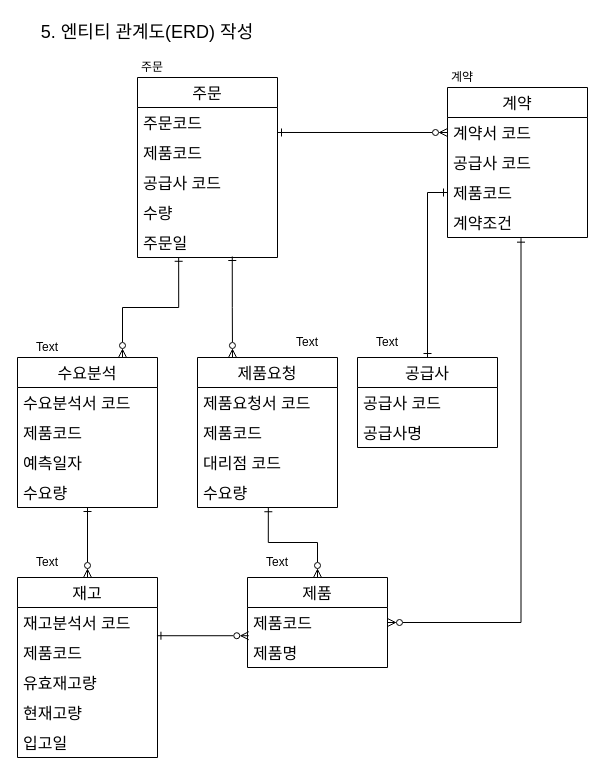
Earlier version of the draw.io diagram page "step5" (5 of 5) of Chapter10.drawio (jgy2808/Algorithm). Source tidied: cells renumbered, new cells numbered last; positions are measured from the earlier drawing's top-left corner, leaving out a move shared by most shapes. Both pictures are drawn from the tidied source at 100%, with x=0, y=0 at pixel (17, 17).
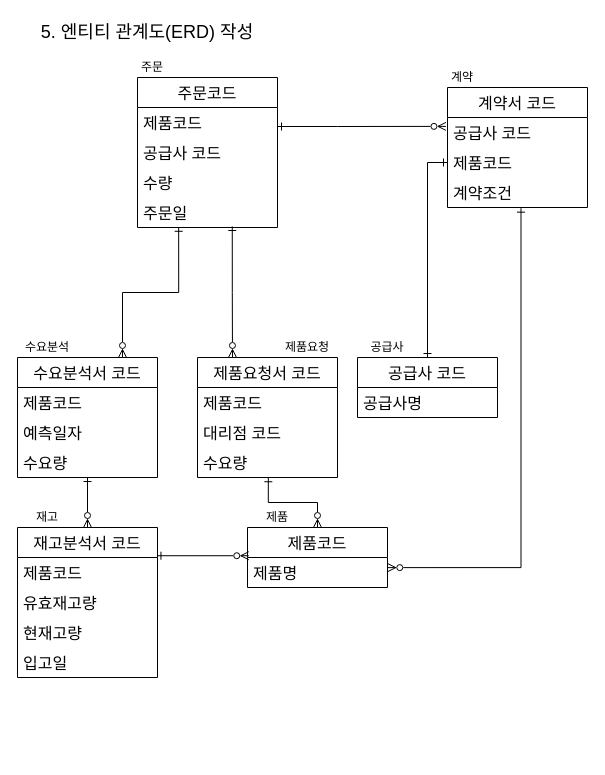
The same page after the edit.

The edit, as a diff of the source:
```diff
@@
-    <mxCell id="3" value="제품" style="swimlane;fontStyle=0;horizontal=1;startSize=30;fontSize=16;" parent="1" vertex="1">
-      <mxGeometry x="230" y="560" width="140" height="90" as="geometry" />
+    <mxCell id="3" value="제품코드" style="swimlane;fontStyle=0;horizontal=1;startSize=30;fontSize=16;" parent="1" vertex="1">
+      <mxGeometry x="230" y="510" width="140" height="60" as="geometry" />
     </mxCell>
-    <mxCell id="4" value="제품코드" style="text;strokeColor=none;fillColor=none;align=left;verticalAlign=middle;spacingLeft=4;spacingRight=4;overflow=hidden;points=[[0,0.5],[1,0.5]];portConstraint=eastwest;fontSize=16;" parent="3" vertex="1">
-      <mxGeometry y="30" width="140" height="30" as="geometry" />
-    </mxCell>
     <mxCell id="5" value="제품명" style="text;strokeColor=none;fillColor=none;align=left;verticalAlign=middle;spacingLeft=4;spacingRight=4;overflow=hidden;points=[[0,0.5],[1,0.5]];portConstraint=eastwest;fontSize=16;" parent="3" vertex="1">
-      <mxGeometry y="60" width="140" height="30" as="geometry" />
+      <mxGeometry y="30" width="140" height="30" as="geometry" />
     </mxCell>
-    <mxCell id="6" value="주문" style="swimlane;fontStyle=0;horizontal=1;startSize=30;fontSize=16;" parent="1" vertex="1">
-      <mxGeometry x="120" y="60" width="140" height="180" as="geometry" />
+    <mxCell id="6" value="주문코드" style="swimlane;fontStyle=0;horizontal=1;startSize=30;fontSize=16;" parent="1" vertex="1">
+      <mxGeometry x="120" y="60" width="140" height="150" as="geometry" />
     </mxCell>
-    <mxCell id="7" value="주문코드" style="text;strokeColor=none;fillColor=none;align=left;verticalAlign=middle;spacingLeft=4;spacingRight=4;overflow=hidden;points=[[0,0.5],[1,0.5]];portConstraint=eastwest;fontSize=16;" parent="6" vertex="1">
-      <mxGeometry y="30" width="140" height="30" as="geometry" />
-    </mxCell>
     <mxCell id="8" value="제품코드" style="text;strokeColor=none;fillColor=none;align=left;verticalAlign=middle;spacingLeft=4;spacingRight=4;overflow=hidden;fontSize=16;" parent="6" vertex="1">
-      <mxGeometry y="60" width="140" height="30" as="geometry" />
+      <mxGeometry y="30" width="140" height="30" as="geometry" />
     </mxCell>
     <mxCell id="9" value="공급사 코드" style="text;strokeColor=none;fillColor=none;align=left;verticalAlign=middle;spacingLeft=4;spacingRight=4;overflow=hidden;fontSize=16;" parent="6" vertex="1">
-      <mxGeometry y="90" width="140" height="30" as="geometry" />
+      <mxGeometry y="60" width="140" height="30" as="geometry" />
     </mxCell>
     <mxCell id="10" value="수량" style="text;strokeColor=none;fillColor=none;align=left;verticalAlign=middle;spacingLeft=4;spacingRight=4;overflow=hidden;fontSize=16;" parent="6" vertex="1">
-      <mxGeometry y="120" width="140" height="30" as="geometry" />
+      <mxGeometry y="90" width="140" height="30" as="geometry" />
     </mxCell>
     <mxCell id="11" value="주문일" style="text;strokeColor=none;fillColor=none;align=left;verticalAlign=middle;spacingLeft=4;spacingRight=4;overflow=hidden;points=[[0,0.5],[1,0.5]];portConstraint=eastwest;fontSize=16;" parent="6" vertex="1">
-      <mxGeometry y="150" width="140" height="30" as="geometry" />
+      <mxGeometry y="120" width="140" height="30" as="geometry" />
     </mxCell>
-    <mxCell id="12" value="계약" style="swimlane;fontStyle=0;horizontal=1;startSize=30;fontSize=16;" parent="1" vertex="1">
-      <mxGeometry x="430" y="70" width="140" height="150" as="geometry" />
+    <mxCell id="12" value="계약서 코드" style="swimlane;fontStyle=0;horizontal=1;startSize=30;fontSize=16;" parent="1" vertex="1">
+      <mxGeometry x="430" y="70" width="140" height="120" as="geometry" />
     </mxCell>
-    <mxCell id="13" value="계약서 코드" style="text;strokeColor=none;fillColor=none;align=left;verticalAlign=middle;spacingLeft=4;spacingRight=4;overflow=hidden;points=[[0,0.5],[1,0.5]];portConstraint=eastwest;fontSize=16;" parent="12" vertex="1">
-      <mxGeometry y="30" width="140" height="30" as="geometry" />
-    </mxCell>
     <mxCell id="14" value="공급사 코드" style="text;strokeColor=none;fillColor=none;align=left;verticalAlign=middle;spacingLeft=4;spacingRight=4;overflow=hidden;points=[[0,0.5],[1,0.5]];portConstraint=eastwest;fontSize=16;" parent="12" vertex="1">
-      <mxGeometry y="60" width="140" height="30" as="geometry" />
+      <mxGeometry y="30" width="140" height="30" as="geometry" />
     </mxCell>
     <mxCell id="15" value="제품코드" style="text;strokeColor=none;fillColor=none;align=left;verticalAlign=middle;spacingLeft=4;spacingRight=4;overflow=hidden;points=[[0,0.5],[1,0.5]];portConstraint=eastwest;fontSize=16;" parent="12" vertex="1">
-      <mxGeometry y="90" width="140" height="30" as="geometry" />
+      <mxGeometry y="60" width="140" height="30" as="geometry" />
     </mxCell>
     <mxCell id="16" value="계약조건" style="text;strokeColor=none;fillColor=none;align=left;verticalAlign=middle;spacingLeft=4;spacingRight=4;overflow=hidden;points=[[0,0.5],[1,0.5]];portConstraint=eastwest;fontSize=16;" parent="12" vertex="1">
-      <mxGeometry y="120" width="140" height="30" as="geometry" />
+      <mxGeometry y="90" width="140" height="30" as="geometry" />
     </mxCell>
-    <mxCell id="17" value="재고" style="swimlane;fontStyle=0;horizontal=1;startSize=30;fontSize=16;" parent="1" vertex="1">
-      <mxGeometry y="560" width="140" height="180" as="geometry" />
+    <mxCell id="17" value="재고분석서 코드" style="swimlane;fontStyle=0;horizontal=1;startSize=30;fontSize=16;" parent="1" vertex="1">
+      <mxGeometry y="510" width="140" height="150" as="geometry" />
     </mxCell>
-    <mxCell id="18" value="재고분석서 코드" style="text;strokeColor=none;fillColor=none;align=left;verticalAlign=middle;spacingLeft=4;spacingRight=4;overflow=hidden;fontSize=16;" parent="17" vertex="1">
-      <mxGeometry y="30" width="140" height="30" as="geometry" />
-    </mxCell>
     <mxCell id="19" value="제품코드" style="text;strokeColor=none;fillColor=none;align=left;verticalAlign=middle;spacingLeft=4;spacingRight=4;overflow=hidden;points=[[0,0.5],[1,0.5]];portConstraint=eastwest;fontSize=16;" parent="17" vertex="1">
-      <mxGeometry y="60" width="140" height="30" as="geometry" />
+      <mxGeometry y="30" width="140" height="30" as="geometry" />
     </mxCell>
     <mxCell id="20" value="유효재고량" style="text;strokeColor=none;fillColor=none;align=left;verticalAlign=middle;spacingLeft=4;spacingRight=4;overflow=hidden;fontSize=16;" parent="17" vertex="1">
-      <mxGeometry y="90" width="140" height="30" as="geometry" />
+      <mxGeometry y="60" width="140" height="30" as="geometry" />
     </mxCell>
     <mxCell id="21" value="현재고량" style="text;strokeColor=none;fillColor=none;align=left;verticalAlign=middle;spacingLeft=4;spacingRight=4;overflow=hidden;fontSize=16;" parent="17" vertex="1">
-      <mxGeometry y="120" width="140" height="30" as="geometry" />
+      <mxGeometry y="90" width="140" height="30" as="geometry" />
     </mxCell>
     <mxCell id="22" value="입고일" style="text;strokeColor=none;fillColor=none;align=left;verticalAlign=middle;spacingLeft=4;spacingRight=4;overflow=hidden;fontSize=16;" parent="17" vertex="1">
-      <mxGeometry y="150" width="140" height="30" as="geometry" />
+      <mxGeometry y="120" width="140" height="30" as="geometry" />
     </mxCell>
-    <mxCell id="23" value="제품요청" style="swimlane;fontStyle=0;horizontal=1;startSize=30;fontSize=16;" parent="1" vertex="1">
-      <mxGeometry x="180" y="340" width="140" height="150" as="geometry" />
+    <mxCell id="23" value="제품요청서 코드" style="swimlane;fontStyle=0;horizontal=1;startSize=30;fontSize=16;" parent="1" vertex="1">
+      <mxGeometry x="180" y="340" width="140" height="120" as="geometry" />
     </mxCell>
-    <mxCell id="24" value="제품요청서 코드" style="text;strokeColor=none;fillColor=none;align=left;verticalAlign=middle;spacingLeft=4;spacingRight=4;overflow=hidden;fontSize=16;" parent="23" vertex="1">
-      <mxGeometry y="30" width="140" height="30" as="geometry" />
-    </mxCell>
     <mxCell id="25" value="제품코드" style="text;strokeColor=none;fillColor=none;align=left;verticalAlign=middle;spacingLeft=4;spacingRight=4;overflow=hidden;fontSize=16;" parent="23" vertex="1">
-      <mxGeometry y="60" width="140" height="30" as="geometry" />
+      <mxGeometry y="30" width="140" height="30" as="geometry" />
     </mxCell>
     <mxCell id="26" value="대리점 코드" style="text;strokeColor=none;fillColor=none;align=left;verticalAlign=middle;spacingLeft=4;spacingRight=4;overflow=hidden;fontSize=16;" parent="23" vertex="1">
-      <mxGeometry y="90" width="140" height="30" as="geometry" />
+      <mxGeometry y="60" width="140" height="30" as="geometry" />
     </mxCell>
     <mxCell id="27" value="수요량" style="text;strokeColor=none;fillColor=none;align=left;verticalAlign=middle;spacingLeft=4;spacingRight=4;overflow=hidden;points=[[0,0.5],[1,0.5]];portConstraint=eastwest;fontSize=16;" parent="23" vertex="1">
-      <mxGeometry y="120" width="140" height="30" as="geometry" />
+      <mxGeometry y="90" width="140" height="30" as="geometry" />
     </mxCell>
-    <mxCell id="28" value="수요분석" style="swimlane;fontStyle=0;horizontal=1;startSize=30;fontSize=16;" parent="1" vertex="1">
-      <mxGeometry y="340" width="140" height="150" as="geometry" />
+    <mxCell id="28" value="수요분석서 코드" style="swimlane;fontStyle=0;horizontal=1;startSize=30;fontSize=16;" parent="1" vertex="1">
+      <mxGeometry y="340" width="140" height="120" as="geometry" />
     </mxCell>
-    <mxCell id="29" value="수요분석서 코드" style="text;strokeColor=none;fillColor=none;align=left;verticalAlign=middle;spacingLeft=4;spacingRight=4;overflow=hidden;fontSize=16;" parent="28" vertex="1">
-      <mxGeometry y="30" width="140" height="30" as="geometry" />
-    </mxCell>
     <mxCell id="30" value="제품코드" style="text;strokeColor=none;fillColor=none;align=left;verticalAlign=middle;spacingLeft=4;spacingRight=4;overflow=hidden;fontSize=16;" parent="28" vertex="1">
-      <mxGeometry y="60" width="140" height="30" as="geometry" />
+      <mxGeometry y="30" width="140" height="30" as="geometry" />
     </mxCell>
     <mxCell id="31" value="예측일자" style="text;strokeColor=none;fillColor=none;align=left;verticalAlign=middle;spacingLeft=4;spacingRight=4;overflow=hidden;fontSize=16;" parent="28" vertex="1">
-      <mxGeometry y="90" width="140" height="30" as="geometry" />
+      <mxGeometry y="60" width="140" height="30" as="geometry" />
     </mxCell>
     <mxCell id="32" value="수요량" style="text;strokeColor=none;fillColor=none;align=left;verticalAlign=middle;spacingLeft=4;spacingRight=4;overflow=hidden;points=[[0,0.5],[1,0.5]];portConstraint=eastwest;fontSize=16;" parent="28" vertex="1">
-      <mxGeometry y="120" width="140" height="30" as="geometry" />
+      <mxGeometry y="90" width="140" height="30" as="geometry" />
     </mxCell>
-    <mxCell id="33" value="공급사" style="swimlane;fontStyle=0;horizontal=1;startSize=30;fontSize=16;" parent="1" vertex="1">
-      <mxGeometry x="340" y="340" width="140" height="90" as="geometry" />
+    <mxCell id="33" value="공급사 코드" style="swimlane;fontStyle=0;horizontal=1;startSize=30;fontSize=16;" parent="1" vertex="1">
+      <mxGeometry x="340" y="340" width="140" height="60" as="geometry" />
     </mxCell>
-    <mxCell id="34" value="공급사 코드" style="text;strokeColor=none;fillColor=none;align=left;verticalAlign=middle;spacingLeft=4;spacingRight=4;overflow=hidden;fontSize=16;" parent="33" vertex="1">
-      <mxGeometry y="30" width="140" height="30" as="geometry" />
-    </mxCell>
     <mxCell id="35" value="공급사명" style="text;strokeColor=none;fillColor=none;align=left;verticalAlign=middle;spacingLeft=4;spacingRight=4;overflow=hidden;fontSize=16;" parent="33" vertex="1">
-      <mxGeometry y="60" width="140" height="30" as="geometry" />
+      <mxGeometry y="30" width="140" height="30" as="geometry" />
     </mxCell>
@@
-    <mxCell id="41" style="edgeStyle=orthogonalEdgeStyle;rounded=0;jettySize=auto;html=1;fontSize=16;startArrow=ERone;startFill=0;endArrow=ERzeroToMany;endFill=0;entryX=0;entryY=0.5;entryDx=0;entryDy=0;exitX=1;exitY=0.833;exitDx=0;exitDy=0;exitPerimeter=0;" parent="1" edge="1" source="7" target="13">
-      <mxGeometry relative="1" as="geometry" />
+    <mxCell id="41" style="edgeStyle=orthogonalEdgeStyle;rounded=0;jettySize=auto;html=1;fontSize=16;startArrow=ERone;startFill=0;endArrow=ERzeroToMany;endFill=0;entryX=-0.011;entryY=0.296;entryDx=0;entryDy=0;entryPerimeter=0;" parent="1" edge="1" target="14">
+      <mxGeometry relative="1" as="geometry">
+        <mxPoint x="260" y="109" as="sourcePoint" />
+        <Array as="points">
+          <mxPoint x="320" y="109" />
+          <mxPoint x="320" y="109" />
+        </Array>
+      </mxGeometry>
     </mxCell>
-    <mxCell id="42" style="edgeStyle=orthogonalEdgeStyle;rounded=0;jettySize=auto;html=1;exitX=0.525;exitY=1.022;exitDx=0;exitDy=0;entryX=1;entryY=0.5;entryDx=0;entryDy=0;fontSize=16;startArrow=ERone;startFill=0;endArrow=ERzeroToMany;endFill=0;exitPerimeter=0;" parent="1" edge="1" source="16" target="4">
+    <mxCell id="42" style="edgeStyle=orthogonalEdgeStyle;rounded=0;jettySize=auto;html=1;exitX=0.525;exitY=1.022;exitDx=0;exitDy=0;entryX=1.002;entryY=0.337;entryDx=0;entryDy=0;fontSize=16;startArrow=ERone;startFill=0;endArrow=ERzeroToMany;endFill=0;exitPerimeter=0;entryPerimeter=0;" parent="1" edge="1" source="16" target="5">
       <mxGeometry relative="1" as="geometry" />
     </mxCell>
@@
-    <mxCell id="46" value="Text" style="text;html=1;strokeColor=none;fillColor=none;align=center;verticalAlign=middle;whiteSpace=wrap;rounded=0;" parent="1" vertex="1">
-      <mxGeometry x="230" y="530" width="60" height="30" as="geometry" />
+    <mxCell id="46" value="제품" style="text;html=1;strokeColor=none;fillColor=none;align=center;verticalAlign=middle;whiteSpace=wrap;rounded=0;" parent="1" vertex="1">
+      <mxGeometry x="230" y="490" width="60" height="20" as="geometry" />
     </mxCell>
-    <mxCell id="47" value="Text" style="text;html=1;strokeColor=none;fillColor=none;align=center;verticalAlign=middle;whiteSpace=wrap;rounded=0;" parent="1" vertex="1">
-      <mxGeometry y="530" width="60" height="30" as="geometry" />
+    <mxCell id="47" value="재고" style="text;html=1;strokeColor=none;fillColor=none;align=center;verticalAlign=middle;whiteSpace=wrap;rounded=0;" parent="1" vertex="1">
+      <mxGeometry y="490" width="60" height="20" as="geometry" />
     </mxCell>
-    <mxCell id="48" value="Text" style="text;html=1;strokeColor=none;fillColor=none;align=center;verticalAlign=middle;whiteSpace=wrap;rounded=0;" parent="1" vertex="1">
-      <mxGeometry x="340" y="310" width="60" height="30" as="geometry" />
+    <mxCell id="48" value="공급사" style="text;html=1;strokeColor=none;fillColor=none;align=center;verticalAlign=middle;whiteSpace=wrap;rounded=0;" parent="1" vertex="1">
+      <mxGeometry x="340" y="320" width="60" height="20" as="geometry" />
     </mxCell>
-    <mxCell id="49" value="Text" style="text;html=1;strokeColor=none;fillColor=none;align=center;verticalAlign=middle;whiteSpace=wrap;rounded=0;" parent="1" vertex="1">
-      <mxGeometry x="260" y="310" width="60" height="30" as="geometry" />
+    <mxCell id="49" value="제품요청" style="text;html=1;strokeColor=none;fillColor=none;align=center;verticalAlign=middle;whiteSpace=wrap;rounded=0;" parent="1" vertex="1">
+      <mxGeometry x="260" y="320" width="60" height="20" as="geometry" />
     </mxCell>
-    <mxCell id="50" value="Text" style="text;html=1;strokeColor=none;fillColor=none;align=center;verticalAlign=middle;whiteSpace=wrap;rounded=0;" parent="1" vertex="1">
+    <mxCell id="50" value="수요분석" style="text;html=1;strokeColor=none;fillColor=none;align=center;verticalAlign=middle;whiteSpace=wrap;rounded=0;" parent="1" vertex="1">
       <mxGeometry y="320" width="60" height="20" as="geometry" />
     </mxCell>
```
